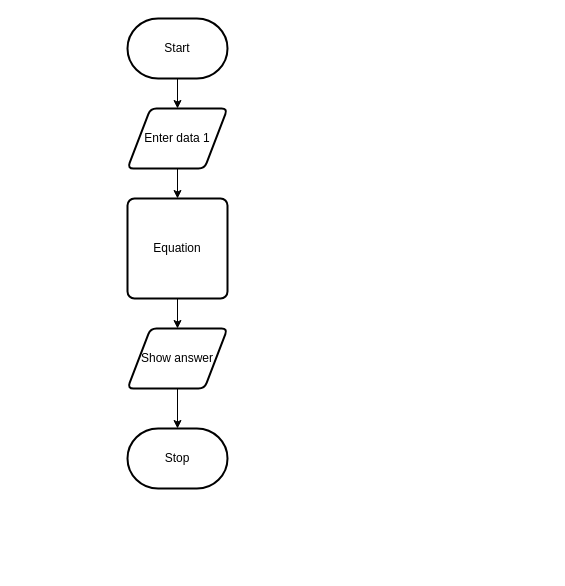
The draw.io diagram design/flowchart.drawio in MTHS-ICS2O-2-2022/ICS2O-Unit-5-07-Jaden-Plugowsky, before the edit. Source tidied: cells renumbered, new cells numbered last; positions are measured from the earlier drawing's top-left corner, leaving out a move shared by most shapes. Both pictures are drawn from the tidied source at 100%, with x=0, y=0 at pixel (127, 18).
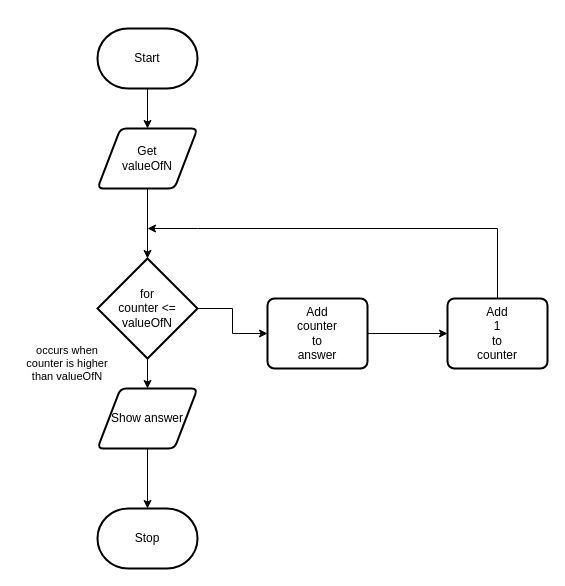
The same page after the edit.

Diff of the diagram source:
```diff
@@
 <mxGraphModel>
   <root>
     <mxCell id="0" />
     <mxCell id="1" parent="0" />
-    <mxCell id="2" style="edgeStyle=orthogonalEdgeStyle;html=1;entryX=0.5;entryY=0;entryDx=0;entryDy=0;rounded=0;" parent="1" edge="1" source="3" target="6">
-      <mxGeometry relative="1" as="geometry" />
-    </mxCell>
+    <mxCell id="11" style="edgeStyle=orthogonalEdgeStyle;shape=connector;rounded=0;html=1;entryX=0.5;entryY=0;entryDx=0;entryDy=0;labelBackgroundColor=default;strokeColor=default;fontFamily=Helvetica;fontSize=11;fontColor=default;endArrow=classic;" parent="1" edge="1" source="3" target="13">
+      <mxGeometry relative="1" as="geometry" />
+    </mxCell>
     <mxCell id="3" value="Start" style="strokeWidth=2;html=1;shape=mxgraph.flowchart.terminator;whiteSpace=wrap;" parent="1" vertex="1">
-      <mxGeometry width="100" height="60" as="geometry" />
+      <mxGeometry x="-30" y="10" width="100" height="60" as="geometry" />
     </mxCell>
     <mxCell id="4" value="Stop" style="strokeWidth=2;html=1;shape=mxgraph.flowchart.terminator;whiteSpace=wrap;" parent="1" vertex="1">
-      <mxGeometry y="410" width="100" height="60" as="geometry" />
+      <mxGeometry x="-30" y="490" width="100" height="60" as="geometry" />
     </mxCell>
-    <mxCell id="5" style="edgeStyle=orthogonalEdgeStyle;shape=connector;rounded=0;html=1;entryX=0.5;entryY=0;entryDx=0;entryDy=0;labelBackgroundColor=default;strokeColor=default;fontFamily=Helvetica;fontSize=11;fontColor=default;endArrow=classic;" parent="1" edge="1" source="6" target="10">
-      <mxGeometry relative="1" as="geometry" />
-    </mxCell>
-    <mxCell id="6" value="Enter data 1" style="shape=parallelogram;html=1;strokeWidth=2;perimeter=parallelogramPerimeter;whiteSpace=wrap;rounded=1;arcSize=12;size=0.23;" parent="1" vertex="1">
-      <mxGeometry y="90" width="100" height="60" as="geometry" />
-    </mxCell>
+    <mxCell id="12" style="edgeStyle=orthogonalEdgeStyle;shape=connector;rounded=0;html=1;entryX=0.5;entryY=0;entryDx=0;entryDy=0;entryPerimeter=0;labelBackgroundColor=default;strokeColor=default;fontFamily=Helvetica;fontSize=11;fontColor=default;endArrow=classic;" parent="1" edge="1" source="13" target="18">
+      <mxGeometry relative="1" as="geometry" />
+    </mxCell>
+    <mxCell id="13" value="Get&lt;br&gt;valueOfN" style="shape=parallelogram;html=1;strokeWidth=2;perimeter=parallelogramPerimeter;whiteSpace=wrap;rounded=1;arcSize=12;size=0.23;" parent="1" vertex="1">
+      <mxGeometry x="-30" y="110" width="100" height="60" as="geometry" />
+    </mxCell>
     <mxCell id="7" style="edgeStyle=orthogonalEdgeStyle;shape=connector;rounded=0;html=1;labelBackgroundColor=default;strokeColor=default;fontFamily=Helvetica;fontSize=11;fontColor=default;endArrow=classic;" parent="1" edge="1" source="8" target="4">
       <mxGeometry relative="1" as="geometry" />
     </mxCell>
     <mxCell id="8" value="Show answer" style="shape=parallelogram;html=1;strokeWidth=2;perimeter=parallelogramPerimeter;whiteSpace=wrap;rounded=1;arcSize=12;size=0.23;" parent="1" vertex="1">
-      <mxGeometry y="310" width="100" height="60" as="geometry" />
+      <mxGeometry x="-30" y="370" width="100" height="60" as="geometry" />
     </mxCell>
-    <mxCell id="9" style="edgeStyle=orthogonalEdgeStyle;shape=connector;rounded=0;html=1;entryX=0.5;entryY=0;entryDx=0;entryDy=0;labelBackgroundColor=default;strokeColor=default;fontFamily=Helvetica;fontSize=11;fontColor=default;endArrow=classic;" parent="1" edge="1" source="10" target="8">
-      <mxGeometry relative="1" as="geometry" />
-    </mxCell>
-    <mxCell id="10" value="Equation" style="rounded=1;whiteSpace=wrap;html=1;absoluteArcSize=1;arcSize=14;strokeWidth=2;" parent="1" vertex="1">
-      <mxGeometry y="180" width="100" height="100" as="geometry" />
-    </mxCell>
+    <mxCell id="14" style="edgeStyle=orthogonalEdgeStyle;shape=connector;rounded=0;html=1;labelBackgroundColor=default;strokeColor=default;fontFamily=Helvetica;fontSize=11;fontColor=default;endArrow=classic;" parent="1" edge="1" source="15" target="20">
+      <mxGeometry relative="1" as="geometry" />
+    </mxCell>
+    <mxCell id="15" value="Add&lt;br&gt;counter&lt;br&gt;to&lt;br&gt;answer" style="rounded=1;whiteSpace=wrap;html=1;absoluteArcSize=1;arcSize=14;strokeWidth=2;" parent="1" vertex="1">
+      <mxGeometry x="140" y="280" width="100" height="70" as="geometry" />
+    </mxCell>
+    <mxCell id="16" style="edgeStyle=orthogonalEdgeStyle;shape=connector;rounded=0;html=1;entryX=0;entryY=0.5;entryDx=0;entryDy=0;labelBackgroundColor=default;strokeColor=default;fontFamily=Helvetica;fontSize=11;fontColor=default;endArrow=classic;" parent="1" edge="1" source="18" target="15">
+      <mxGeometry relative="1" as="geometry" />
+    </mxCell>
+    <mxCell id="17" style="edgeStyle=orthogonalEdgeStyle;shape=connector;rounded=0;html=1;entryX=0.5;entryY=0;entryDx=0;entryDy=0;labelBackgroundColor=default;strokeColor=default;fontFamily=Helvetica;fontSize=11;fontColor=default;endArrow=classic;" parent="1" edge="1" source="18" target="8">
+      <mxGeometry relative="1" as="geometry" />
+    </mxCell>
+    <mxCell id="18" value="for&lt;br&gt;counter &amp;lt;= valueOfN" style="strokeWidth=2;html=1;shape=mxgraph.flowchart.decision;whiteSpace=wrap;" parent="1" vertex="1">
+      <mxGeometry x="-30" y="240" width="100" height="100" as="geometry" />
+    </mxCell>
+    <mxCell id="19" style="edgeStyle=orthogonalEdgeStyle;shape=connector;rounded=0;html=1;labelBackgroundColor=default;strokeColor=default;fontFamily=Helvetica;fontSize=11;fontColor=default;endArrow=classic;" parent="1" edge="1" source="20">
+      <mxGeometry relative="1" as="geometry">
+        <mxPoint x="20" y="210" as="targetPoint" />
+        <Array as="points">
+          <mxPoint x="370" y="210" />
+          <mxPoint x="70" y="210" />
+        </Array>
+      </mxGeometry>
+    </mxCell>
+    <mxCell id="20" value="Add&lt;br&gt;1&lt;br&gt;to&lt;br&gt;counter" style="rounded=1;whiteSpace=wrap;html=1;absoluteArcSize=1;arcSize=14;strokeWidth=2;" parent="1" vertex="1">
+      <mxGeometry x="320" y="280" width="100" height="70" as="geometry" />
+    </mxCell>
+    <mxCell id="21" value="occurs when counter is higher than valueOfN" style="text;strokeColor=none;align=center;fillColor=none;html=1;verticalAlign=middle;whiteSpace=wrap;rounded=0;fontFamily=Helvetica;fontSize=11;fontColor=default;" parent="1" vertex="1">
+      <mxGeometry x="-110" y="330" width="100" height="30" as="geometry" />
+    </mxCell>
   </root>
 </mxGraphModel>
```
